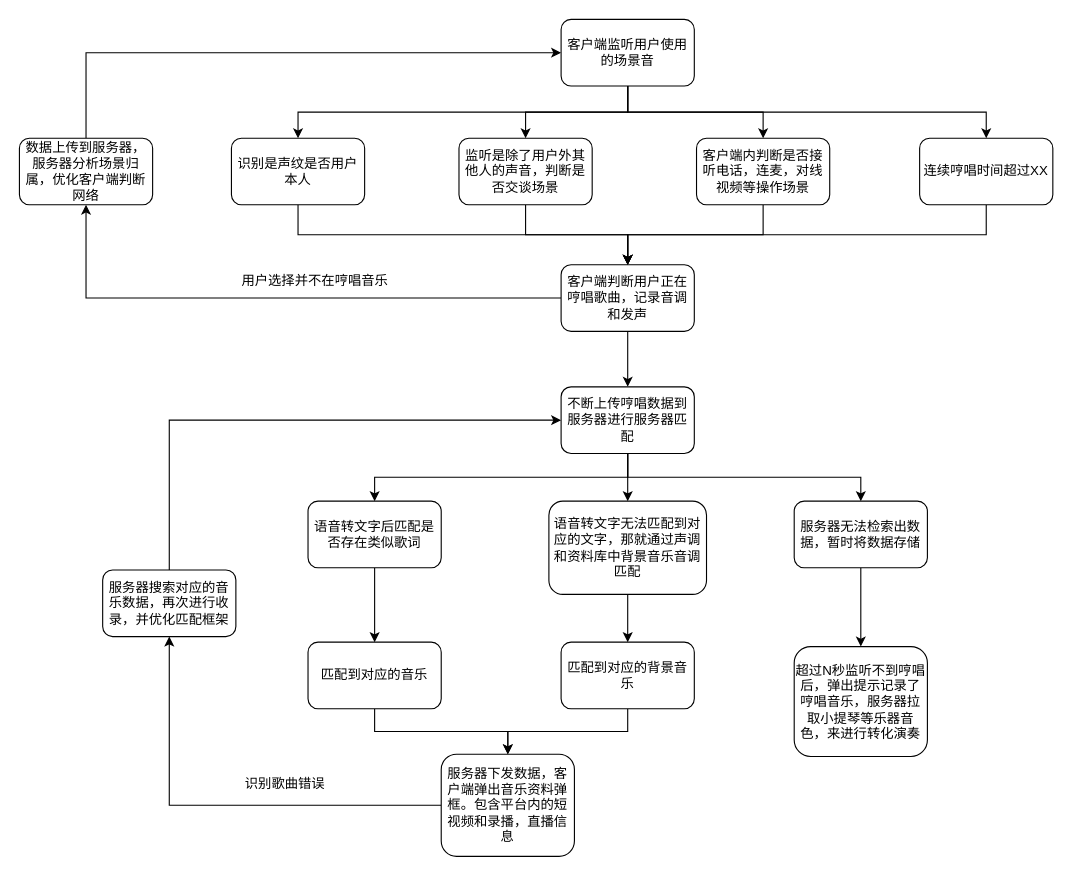
Above: page "Page-1" (1 of 2) of 哼唱匹配.drawio in cangwang/news (draw.io), before the change. Source tidied: cells renumbered, new cells numbered last; positions are measured from the earlier drawing's top-left corner, leaving out a move shared by most shapes. Both pictures are drawn from the tidied source at 111%, with x=0, y=0 at pixel (19, 19).
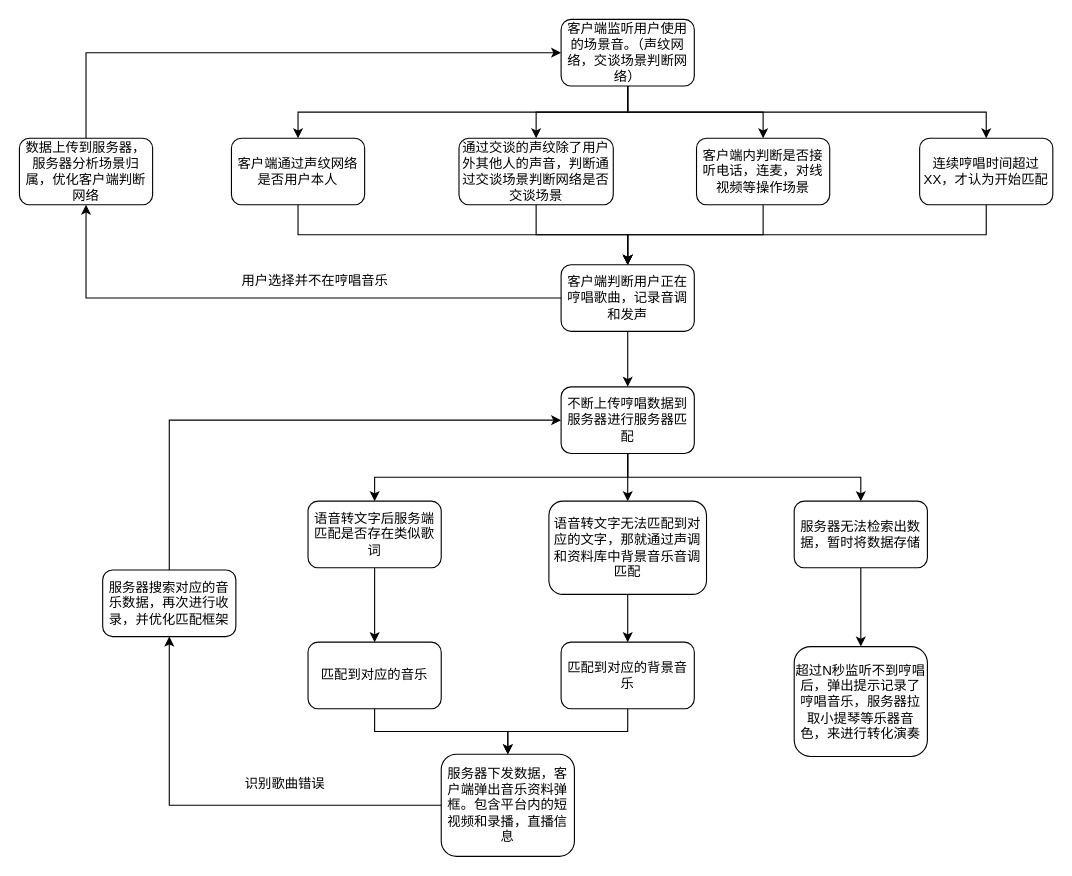
The same diagram, later.

What changed in the source:
```diff
@@
-    <mxCell id="6" value="客户端监听用户使用的场景音" style="rounded=1;whiteSpace=wrap;html=1;" parent="1" vertex="1">
+    <mxCell id="6" value="客户端监听用户使用的场景音。（声纹网络，交谈场景判断网络）" style="rounded=1;whiteSpace=wrap;html=1;" parent="1" vertex="1">
       <mxGeometry x="488" width="120" height="60" as="geometry" />
     </mxCell>
@@
-    <mxCell id="8" value="监听是除了用户外其他人的声音，判断是否交谈场景" style="rounded=1;whiteSpace=wrap;html=1;" parent="1" vertex="1">
-      <mxGeometry x="396" y="107" width="120" height="60" as="geometry" />
+    <mxCell id="8" value="通过交谈的声纹除了用户外其他人的声音，判断通过交谈场景判断网络是否交谈场景" style="rounded=1;whiteSpace=wrap;html=1;" parent="1" vertex="1">
+      <mxGeometry x="396" y="107" width="139" height="60" as="geometry" />
     </mxCell>
@@
-    <mxCell id="10" value="识别是声纹是否用户本人" style="rounded=1;whiteSpace=wrap;html=1;" parent="1" vertex="1">
+    <mxCell id="10" value="客户端通过声纹网络是否用户本人" style="rounded=1;whiteSpace=wrap;html=1;" parent="1" vertex="1">
       <mxGeometry x="191" y="107" width="120" height="60" as="geometry" />
     </mxCell>
@@
-    <mxCell id="21" value="连续哼唱时间超过XX" style="rounded=1;whiteSpace=wrap;html=1;" parent="1" vertex="1">
+    <mxCell id="21" value="连续哼唱时间超过XX，才认为开始匹配" style="rounded=1;whiteSpace=wrap;html=1;" parent="1" vertex="1">
       <mxGeometry x="811" y="107" width="120" height="60" as="geometry" />
     </mxCell>
@@
-    <mxCell id="23" value="语音转文字后匹配是否存在类似歌词" style="rounded=1;whiteSpace=wrap;html=1;" parent="1" vertex="1">
+    <mxCell id="23" value="语音转文字后服务端匹配是否存在类似歌词" style="rounded=1;whiteSpace=wrap;html=1;" parent="1" vertex="1">
       <mxGeometry x="260" y="434" width="120" height="60" as="geometry" />
     </mxCell>
```
